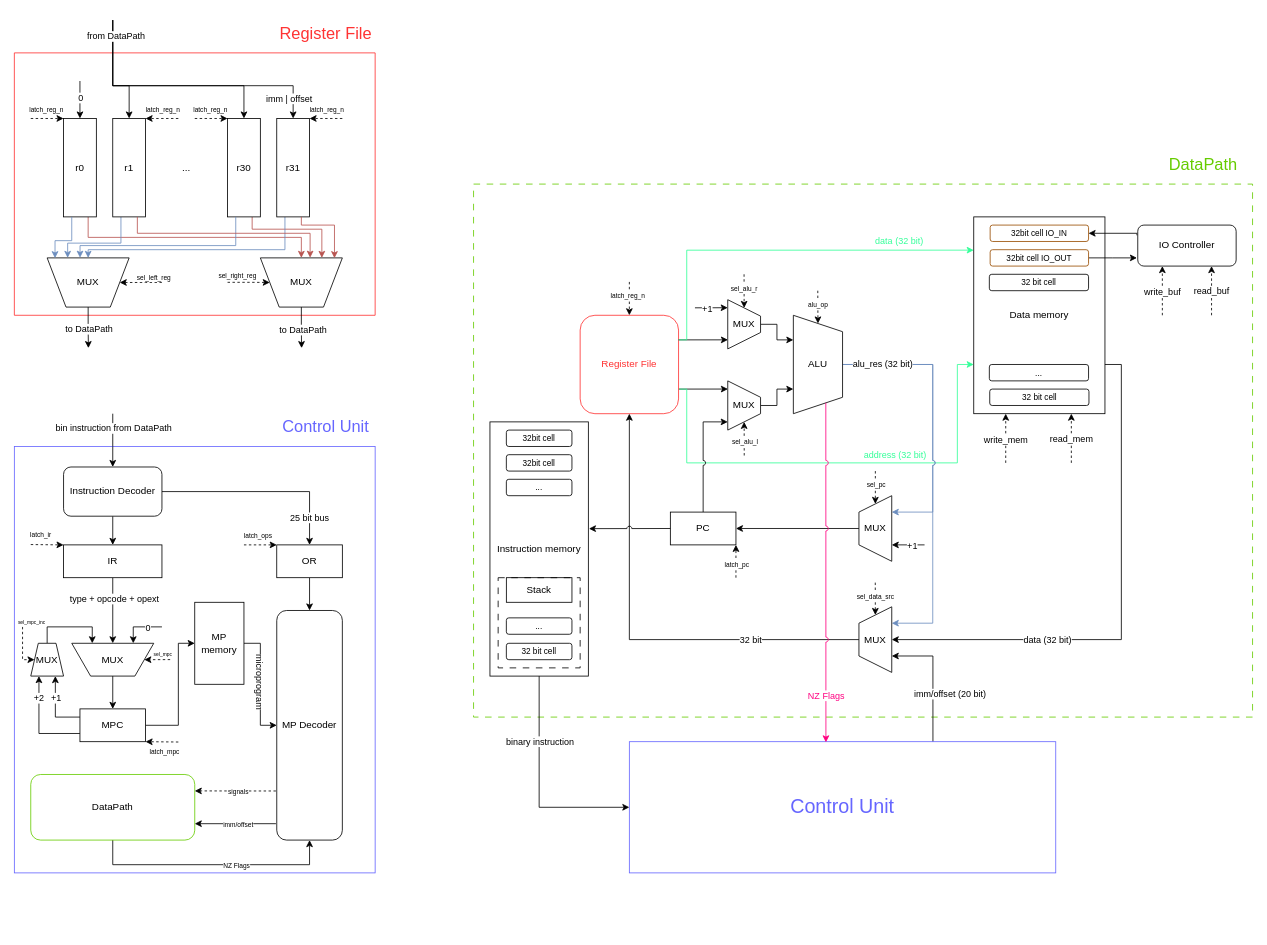
The draw.io diagram scheme/Machine_scheme.drawio in bilyardvmetro/CSA-Lab4, before the edit. Source tidied: cells renumbered, new cells numbered last; positions are measured from the earlier drawing's top-left corner, leaving out a move shared by most shapes. Both pictures are drawn from the tidied source at 82%, with x=0, y=0 at pixel (14, 20).
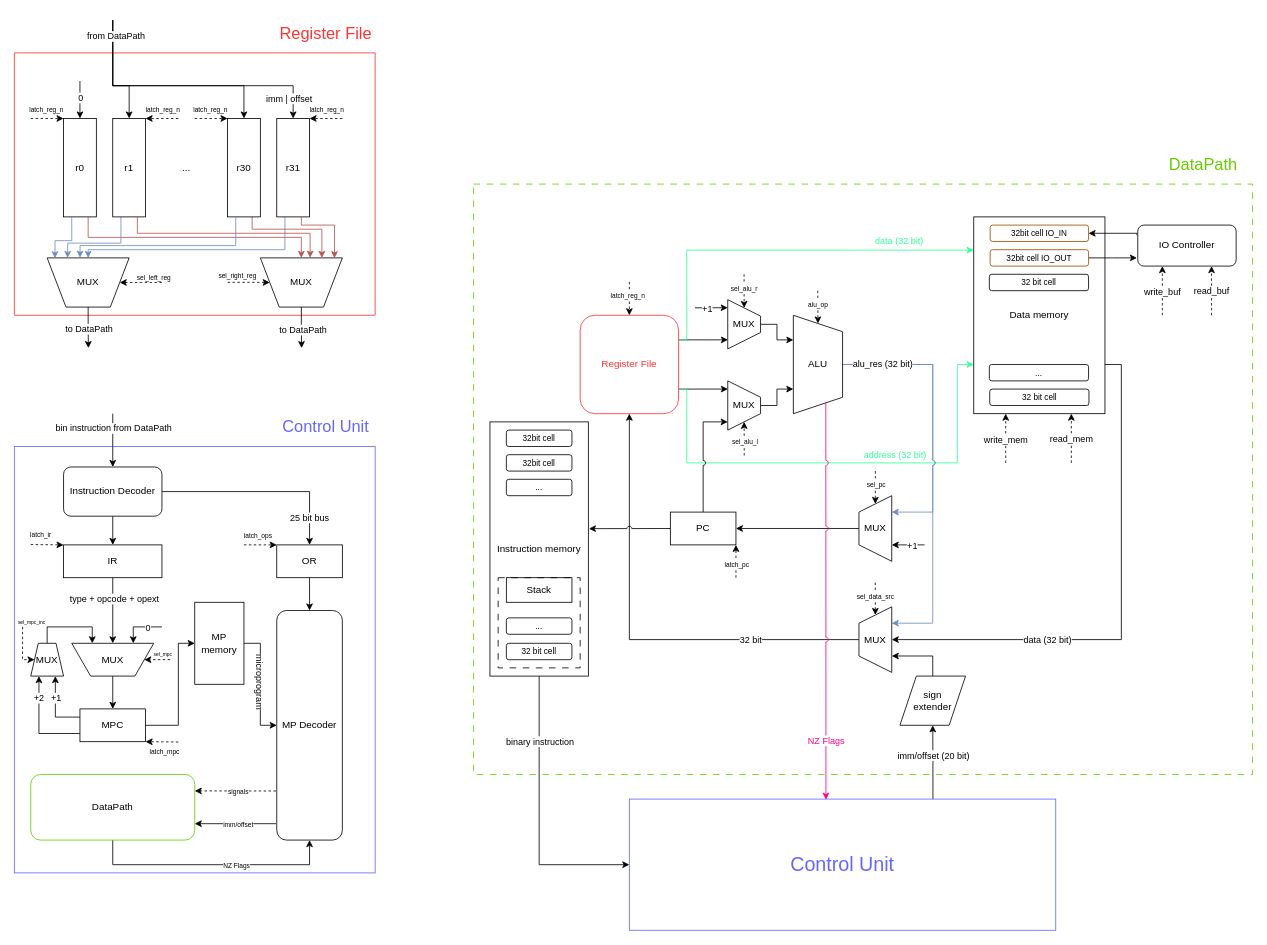
Above is the later version.

Commit message (it also covers changes not shown here):
:memo: microcode description & scheme fix

Unchanged cells that the change refers to:
```xml
<mxCell id="90" value="Instruction memory" style="rounded=0;whiteSpace=wrap;html=1;fillColor=none;" parent="1" vertex="1">
  <mxGeometry x="580" y="490" width="120" height="310" as="geometry" />
</mxCell>
<mxCell id="150" value="MUX" style="shape=trapezoid;perimeter=trapezoidPerimeter;whiteSpace=wrap;html=1;fixedSize=1;direction=north;" parent="1" vertex="1">
  <mxGeometry x="1030" y="715.5" width="40" height="80" as="geometry" />
</mxCell>
<mxCell id="161" style="edgeStyle=orthogonalEdgeStyle;rounded=0;jettySize=auto;html=1;exitX=0.889;exitY=0.34;exitDx=0;exitDy=0;jumpStyle=arc;entryX=0.461;entryY=0.005;entryDx=0;entryDy=0;entryPerimeter=0;strokeColor=#FF0080;exitPerimeter=0;" parent="1" edge="1" source="124" target="87">
  <mxGeometry relative="1" as="geometry" />
</mxCell>
```

Diff of the diagram source:
```diff
@@
     <mxCell id="83" style="rounded=0;whiteSpace=wrap;html=1;fillColor=none;dashed=1;dashPattern=8 8;strokeColor=#66CC00;" parent="1" vertex="1">
-      <mxGeometry x="560" y="200" width="950" height="650" as="geometry" />
+      <mxGeometry x="560" y="200" width="950" height="720" as="geometry" />
     </mxCell>
@@
-    <mxCell id="85" style="edgeStyle=orthogonalEdgeStyle;rounded=0;jettySize=auto;html=1;entryX=0.25;entryY=1;entryDx=0;entryDy=0;exitX=0.712;exitY=0.005;exitDx=0;exitDy=0;exitPerimeter=0;" parent="1" edge="1" source="87" target="150">
-      <mxGeometry relative="1" as="geometry">
-        <Array as="points">
-          <mxPoint x="1120" y="776" />
-        </Array>
-      </mxGeometry>
+    <mxCell id="85" style="edgeStyle=orthogonalEdgeStyle;rounded=0;jettySize=auto;html=1;exitX=0.712;exitY=0.005;exitDx=0;exitDy=0;exitPerimeter=0;entryX=0.5;entryY=1;entryDx=0;entryDy=0;" parent="1" edge="1" source="87" target="167">
+      <mxGeometry relative="1" as="geometry" />
     </mxCell>
     <mxCell id="86" value="imm/offset (20 bit)" style="edgeLabel;html=1;align=center;verticalAlign=middle;rotation=0;" parent="85" vertex="1">
       <mxGeometry x="-0.53" y="5" relative="1" as="geometry">
-        <mxPoint x="25" y="-22" as="offset" />
+        <mxPoint x="5" y="-33" as="offset" />
       </mxGeometry>
     </mxCell>
     <mxCell id="87" value="&lt;font style=&quot;color: rgb(102, 102, 255); font-size: 24px;&quot;&gt;Control Unit&lt;/font&gt;" style="rounded=0;whiteSpace=wrap;html=1;strokeColor=#6666FF;" parent="1" vertex="1">
-      <mxGeometry x="750" y="880" width="520" height="160" as="geometry" />
+      <mxGeometry x="750" y="950" width="520" height="160" as="geometry" />
     </mxCell>
     <mxCell id="88" style="edgeStyle=orthogonalEdgeStyle;rounded=0;jettySize=auto;html=1;exitX=0.5;exitY=1;exitDx=0;exitDy=0;entryX=0;entryY=0.5;entryDx=0;entryDy=0;" parent="1" edge="1" source="90" target="87">
       <mxGeometry relative="1" as="geometry">
         <Array as="points">
-          <mxPoint x="640" y="960" />
+          <mxPoint x="640" y="1030" />
         </Array>
       </mxGeometry>
     </mxCell>
     <mxCell id="89" value="binary instruction" style="edgeLabel;html=1;align=center;verticalAlign=middle;" parent="88" vertex="1">
       <mxGeometry x="-0.36" y="-2" relative="1" as="geometry">
-        <mxPoint x="2" y="-7" as="offset" />
+        <mxPoint x="2" y="-30" as="offset" />
       </mxGeometry>
     </mxCell>
@@
     <mxCell id="162" value="&lt;font style=&quot;color: rgb(255, 0, 128);&quot;&gt;NZ Flags&lt;/font&gt;" style="edgeLabel;html=1;align=center;verticalAlign=middle;rotation=0;" parent="161" vertex="1">
       <mxGeometry x="0.53" y="1" relative="1" as="geometry">
-        <mxPoint x="-1" y="40" as="offset" />
+        <mxPoint x="-1" y="42" as="offset" />
       </mxGeometry>
     </mxCell>
@@
+    <mxCell id="166" style="edgeStyle=orthogonalEdgeStyle;rounded=0;jettySize=auto;html=1;exitX=0.5;exitY=0;exitDx=0;exitDy=0;entryX=0.25;entryY=1;entryDx=0;entryDy=0;" parent="1" edge="1" source="167" target="150">
+      <mxGeometry relative="1" as="geometry" />
+    </mxCell>
+    <mxCell id="167" value="sign&lt;div&gt;&lt;span style=&quot;background-color: transparent; color: light-dark(rgb(0, 0, 0), rgb(255, 255, 255));&quot;&gt;extender&lt;/span&gt;&lt;/div&gt;" style="shape=parallelogram;perimeter=parallelogramPerimeter;whiteSpace=wrap;html=1;fixedSize=1;" parent="1" vertex="1">
+      <mxGeometry x="1080" y="800" width="80" height="60" as="geometry" />
+    </mxCell>
```
